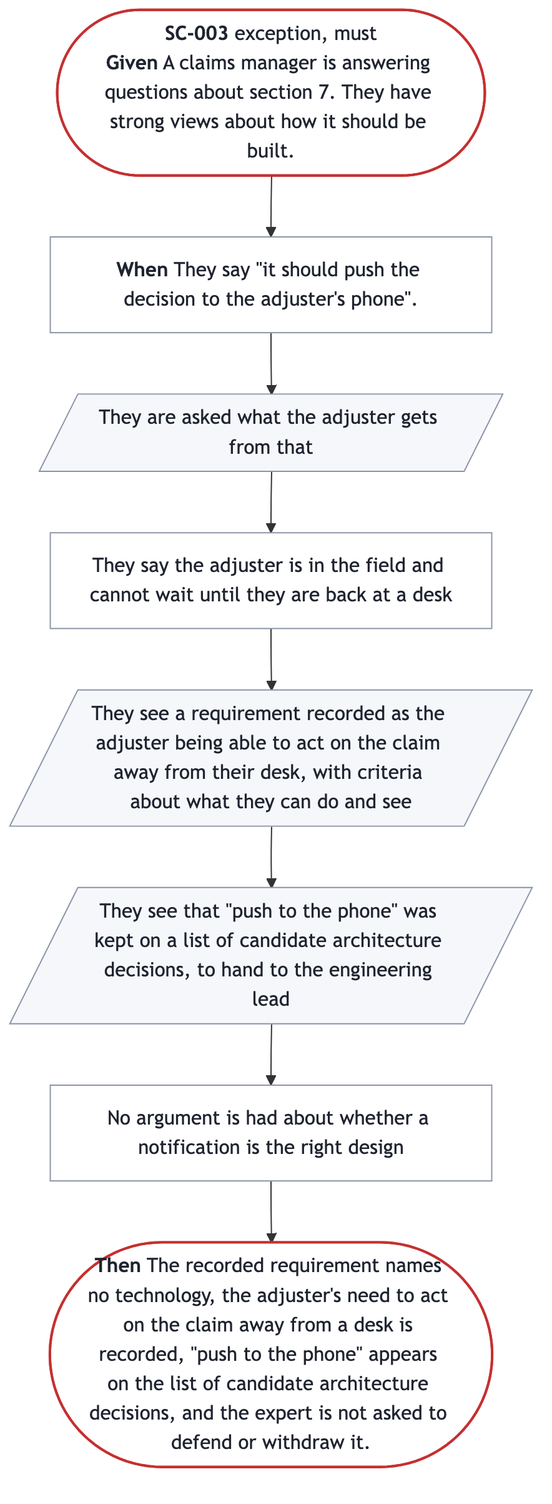
The Mermaid diagram docs/prd/prd-forge/diagrams/SC-003.png in SpillwaveSolutions/prd-forge, before a commit. Its source is kept beside it as docs/prd/prd-forge/diagrams/SC-003.mmd.
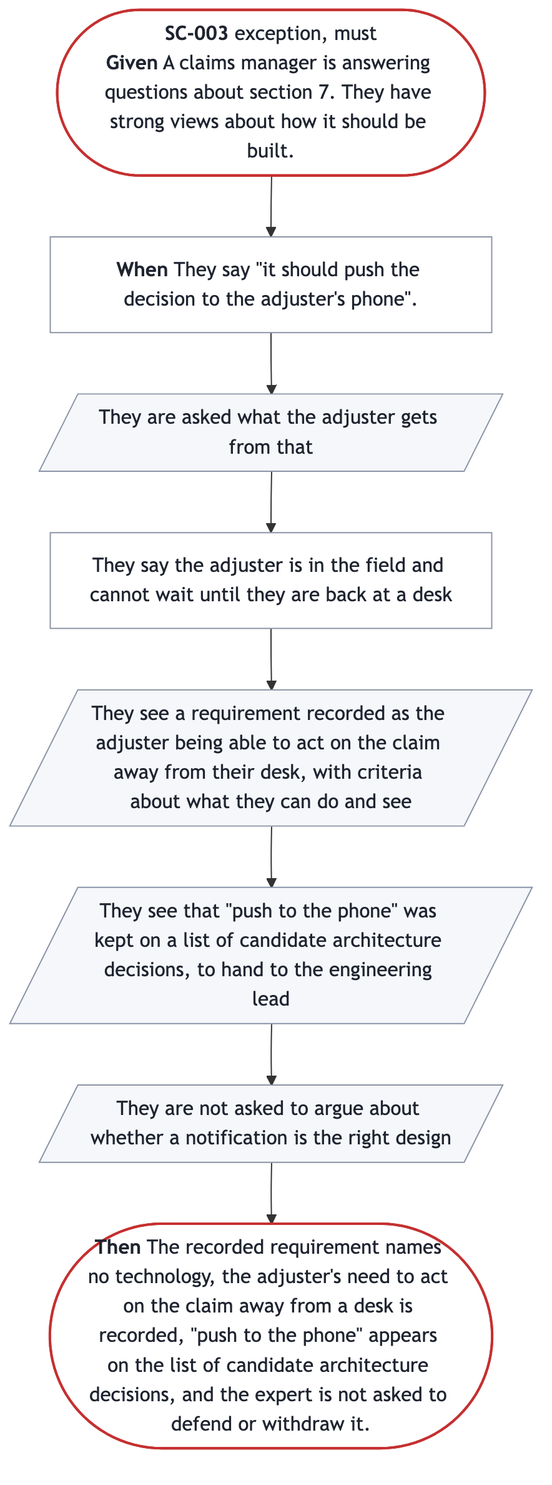
The same diagram one commit later.

Diff of the diagram source:
```diff
@@ -6,7 +6,7 @@
   s1["They say the adjuster is in the field and cannot wait until they are back at a desk"]
   s2[/"They see a requirement recorded as the adjuster being able to act on the claim away from their desk, with criteria about what they can do and see"/]
   s3[/"They see that #quot;push to the phone#quot; was kept on a list of candidate architecture decisions, to hand to the engineering lead"/]
-  s4["No argument is had about whether a notification is the right design"]
+  s4[/"They are not asked to argue about whether a notification is the right design"/]
   done(["<b>Then</b> The recorded requirement names no technology, the adjuster's need to act on the claim away from a desk is recorded, #quot;push to the phone#quot; appears on the list of candidate architecture decisions, and the expert is not asked to defend or withdraw it."])
   start --> trigger --> s0 --> s1 --> s2 --> s3 --> s4 --> done
   classDef ends fill:#FFFFFF,stroke:#C53030,stroke-width:2px,color:#1F2430
@@ -17,5 +17,5 @@
   class s1 does
   class s2 sees
   class s3 sees
-  class s4 does
+  class s4 sees
   class trigger does
```
